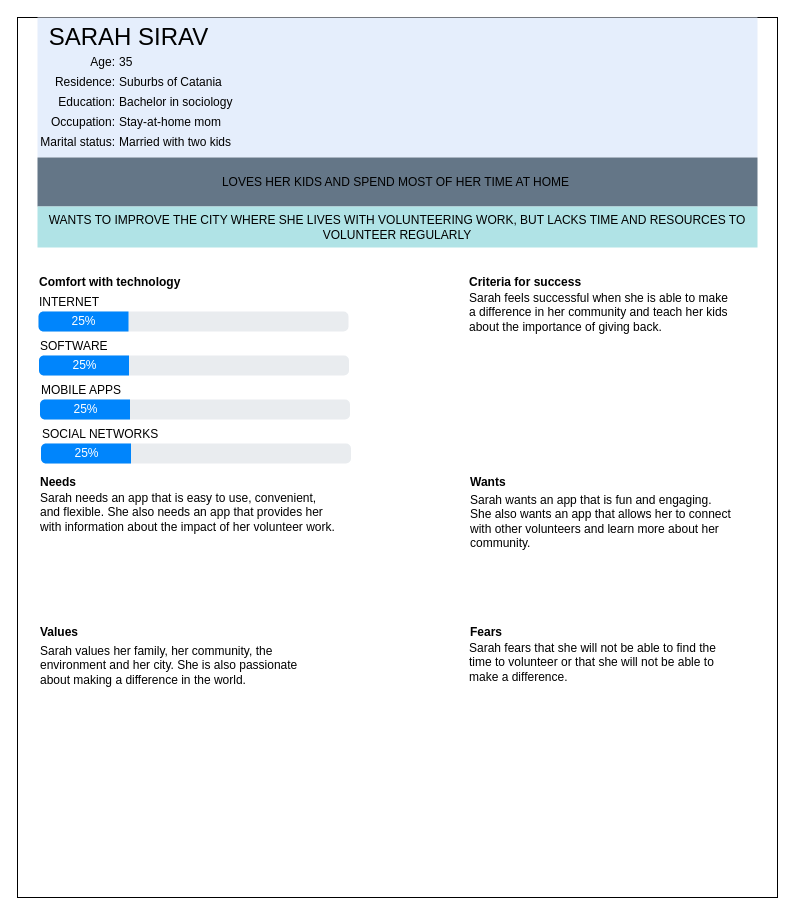
This is project/Persona1.drawio from josura/HCI, a draw.io file, before an edit. Source tidied: cells renumbered, new cells numbered last; positions are measured from the earlier drawing's top-left corner, leaving out a move shared by most shapes. Both pictures are drawn from the tidied source at 100%, with x=0, y=0 at pixel (17, 17).
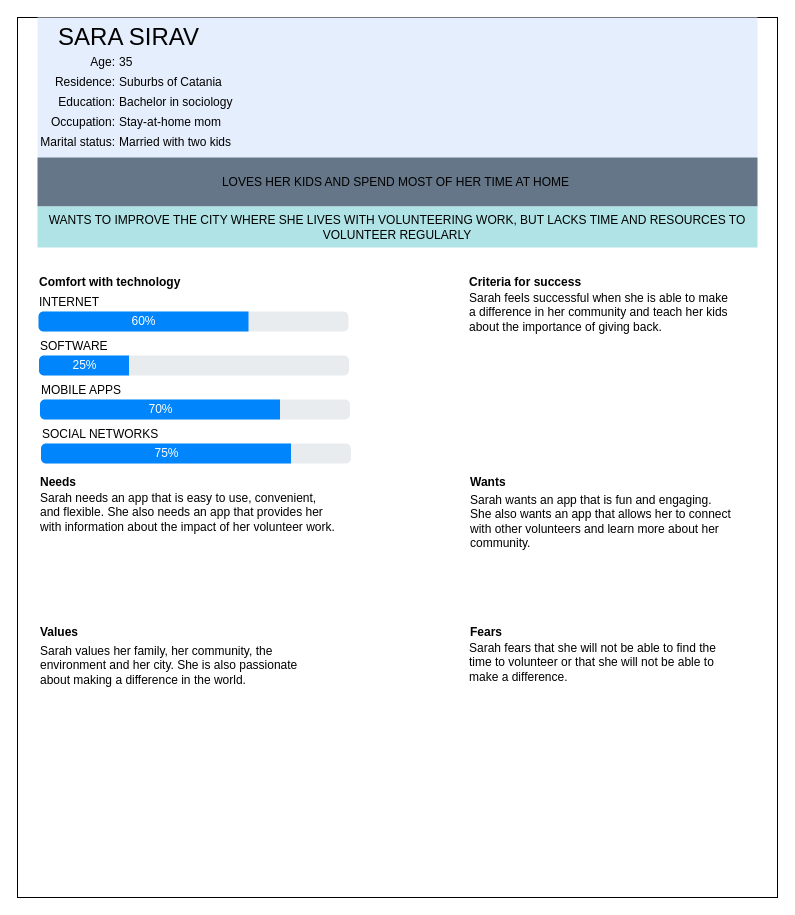
The same page after the edit.

Unchanged cells that the change refers to:
```xml
<mxCell id="15" style="html=1;shadow=0;dashed=0;shape=mxgraph.bootstrap.rrect;rSize=5;fillColor=#E9ECEF;strokeColor=none;" parent="1" vertex="1">
  <mxGeometry x="21" y="294" width="310" height="20" as="geometry" />
</mxCell>
<mxCell id="20" style="html=1;shadow=0;dashed=0;shape=mxgraph.bootstrap.rrect;rSize=5;fillColor=#E9ECEF;strokeColor=none;" parent="1" vertex="1">
  <mxGeometry x="22.5" y="382" width="310" height="20" as="geometry" />
</mxCell>
<mxCell id="23" style="html=1;shadow=0;dashed=0;shape=mxgraph.bootstrap.rrect;rSize=5;fillColor=#E9ECEF;strokeColor=none;" parent="1" vertex="1">
  <mxGeometry x="23.5" y="426" width="310" height="20" as="geometry" />
</mxCell>
```

What changed in the source:
```diff
@@
-    <mxCell id="4" value="&lt;font style=&quot;font-size: 24px;&quot;&gt;SARAH SIRAV&lt;/font&gt;" style="text;html=1;align=center;verticalAlign=middle;strokeColor=none;fillColor=none;" parent="1" vertex="1">
-      <mxGeometry x="21" width="180" height="40" as="geometry" />
+    <mxCell id="4" value="&lt;font style=&quot;font-size: 24px;&quot;&gt;SARA SIRAV&lt;/font&gt;" style="text;html=1;align=center;verticalAlign=middle;strokeColor=none;fillColor=none;" parent="1" vertex="1">
+      <mxGeometry x="31" width="160" height="40" as="geometry" />
     </mxCell>
@@
-    <mxCell id="16" value="25%" style="html=1;shadow=0;dashed=0;shape=mxgraph.bootstrap.leftButton;rSize=5;fillColor=#0085FC;strokeColor=none;fontColor=#ffffff;" parent="15" vertex="1">
-      <mxGeometry width="90" height="20" relative="1" as="geometry" />
+    <mxCell id="16" value="60%" style="html=1;shadow=0;dashed=0;shape=mxgraph.bootstrap.leftButton;rSize=5;fillColor=#0085FC;strokeColor=none;fontColor=#ffffff;" parent="15" vertex="1">
+      <mxGeometry width="210" height="20" relative="1" as="geometry" />
     </mxCell>
@@
-    <mxCell id="21" value="25%" style="html=1;shadow=0;dashed=0;shape=mxgraph.bootstrap.leftButton;rSize=5;fillColor=#0085FC;strokeColor=none;fontColor=#ffffff;" parent="20" vertex="1">
-      <mxGeometry width="90" height="20" relative="1" as="geometry" />
+    <mxCell id="21" value="70%" style="html=1;shadow=0;dashed=0;shape=mxgraph.bootstrap.leftButton;rSize=5;fillColor=#0085FC;strokeColor=none;fontColor=#ffffff;" parent="20" vertex="1">
+      <mxGeometry width="240" height="20" relative="1" as="geometry" />
     </mxCell>
@@
-    <mxCell id="24" value="25%" style="html=1;shadow=0;dashed=0;shape=mxgraph.bootstrap.leftButton;rSize=5;fillColor=#0085FC;strokeColor=none;fontColor=#ffffff;" parent="23" vertex="1">
-      <mxGeometry width="90" height="20" relative="1" as="geometry" />
+    <mxCell id="24" value="75%" style="html=1;shadow=0;dashed=0;shape=mxgraph.bootstrap.leftButton;rSize=5;fillColor=#0085FC;strokeColor=none;fontColor=#ffffff;" parent="23" vertex="1">
+      <mxGeometry width="250" height="20" relative="1" as="geometry" />
     </mxCell>
```
